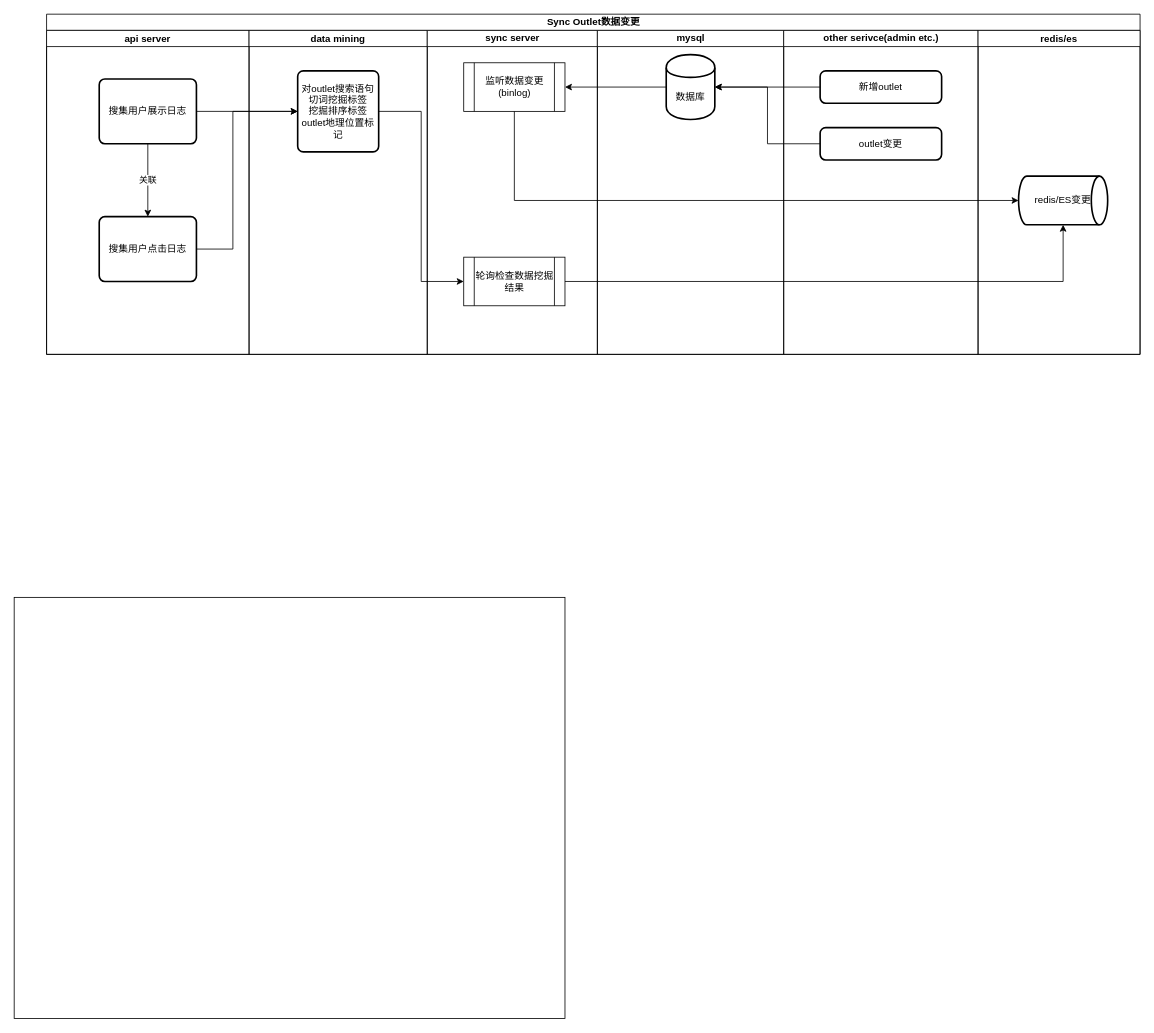
This is Untitled Diagram.drawio from randomradio/cyzhao, a draw.io file, before an edit. Source tidied: cells renumbered, new cells numbered last; positions are measured from the earlier drawing's top-left corner, leaving out a move shared by most shapes. Both pictures are drawn from the tidied source at 81%, with x=0, y=0 at pixel (14, 14).
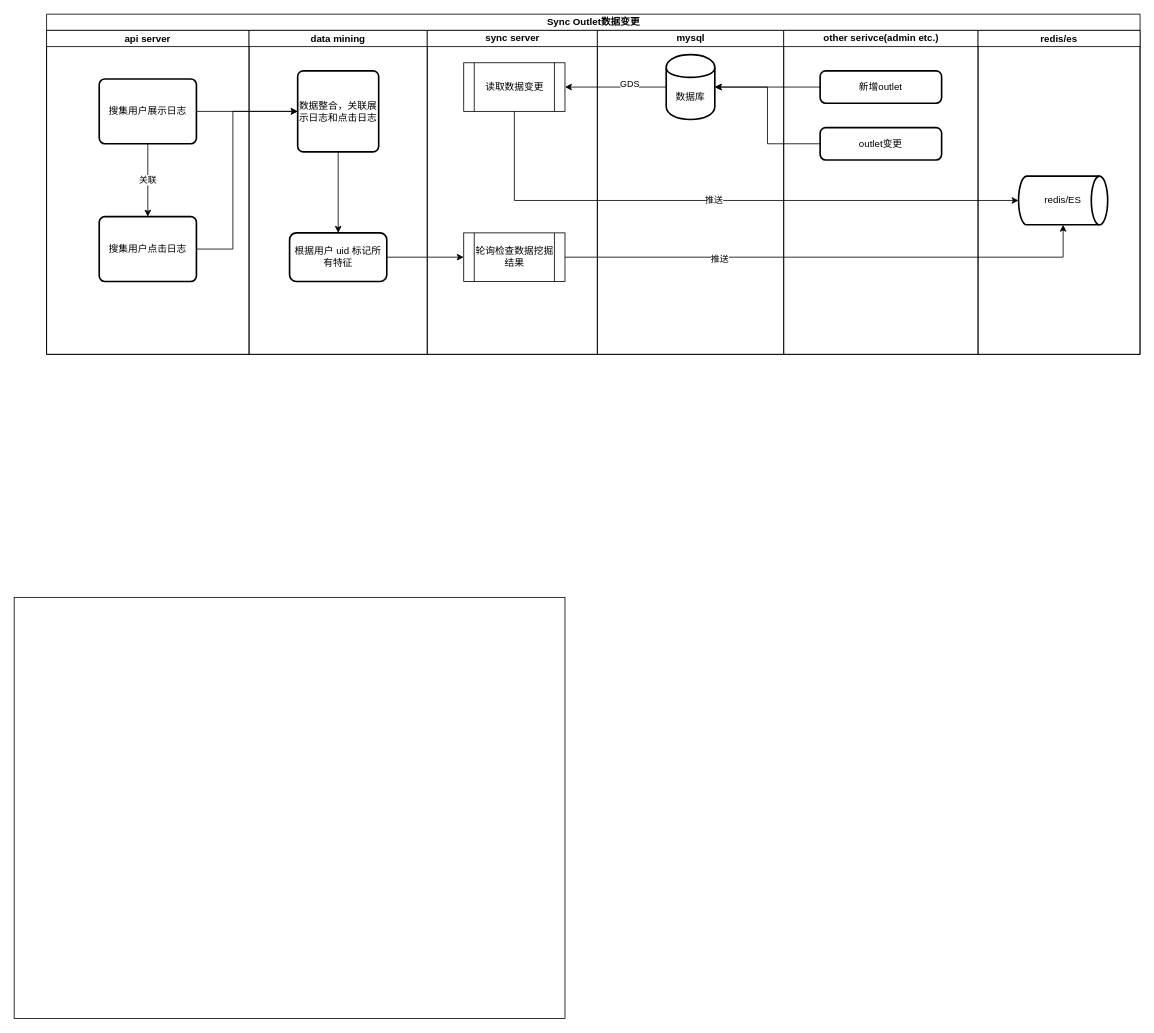
Above is the later version.

Commit message:
update swimlane, add in gds

Unchanged cells that the change refers to:
```xml
<mxCell id="2" value="Sync Outlet数据变更" style="swimlane;html=1;startSize=20;" parent="1" vertex="1">
  <mxGeometry x="40" width="1350" height="420" as="geometry" />
</mxCell>
<mxCell id="7" value="data mining" style="swimlane;startSize=20;" parent="2" vertex="1">
  <mxGeometry x="250" y="20" width="220" height="400" as="geometry" />
</mxCell>
<mxCell id="9" value="sync server" style="swimlane;html=1;startSize=20;" parent="2" vertex="1">
  <mxGeometry x="470" y="20" width="210" height="400" as="geometry" />
</mxCell>
<mxCell id="19" value="redis/es" style="swimlane;startSize=20;" parent="2" vertex="1">
  <mxGeometry x="1150" y="20" width="200" height="400" as="geometry" />
</mxCell>
<mxCell id="21" style="edgeStyle=orthogonalEdgeStyle;rounded=0;jettySize=auto;html=1;" parent="2" edge="1" source="10" target="20">
  <mxGeometry relative="1" as="geometry">
    <Array as="points">
      <mxPoint x="577" y="230" />
    </Array>
  </mxGeometry>
</mxCell>
<mxCell id="22" style="edgeStyle=orthogonalEdgeStyle;rounded=0;jettySize=auto;html=1;entryX=1;entryY=0.5;entryDx=0;entryDy=0;" parent="2" edge="1" source="13" target="10">
  <mxGeometry relative="1" as="geometry" />
</mxCell>
<mxCell id="26" style="edgeStyle=orthogonalEdgeStyle;rounded=0;jettySize=auto;html=1;" parent="2" edge="1" source="11" target="20">
  <mxGeometry relative="1" as="geometry" />
</mxCell>
```

The edit, as a diff of the source:
```diff
@@
+    <mxCell id="28" style="edgeStyle=orthogonalEdgeStyle;rounded=0;jettySize=auto;html=1;" parent="7" edge="1" source="8" target="29">
+      <mxGeometry relative="1" as="geometry" />
+    </mxCell>
-    <mxCell id="8" value="对outlet搜索语句切词挖掘标签&lt;br&gt;挖掘排序标签&lt;br&gt;outlet地理位置标记" style="rounded=1;whiteSpace=wrap;html=1;absoluteArcSize=1;arcSize=14;strokeWidth=2;" parent="7" vertex="1">
+    <mxCell id="8" value="数据整合，关联展示日志和点击日志" style="rounded=1;whiteSpace=wrap;html=1;absoluteArcSize=1;arcSize=14;strokeWidth=2;" parent="7" vertex="1">
       <mxGeometry x="60" y="50" width="100" height="100" as="geometry" />
     </mxCell>
+    <mxCell id="29" value="根据用户 uid 标记所有特征" style="whiteSpace=wrap;html=1;rounded=1;strokeWidth=2;arcSize=14;" parent="7" vertex="1">
+      <mxGeometry x="50" y="250" width="120" height="60" as="geometry" />
+    </mxCell>
@@
+    <mxCell id="11" value="轮询检查数据挖掘结果" style="shape=process;whiteSpace=wrap;html=1;backgroundOutline=1;" parent="9" vertex="1">
+      <mxGeometry x="45" y="250" width="125" height="60" as="geometry" />
+    </mxCell>
-    <mxCell id="10" value="监听数据变更(binlog)" style="shape=process;whiteSpace=wrap;html=1;backgroundOutline=1;" parent="9" vertex="1">
+    <mxCell id="10" value="读取数据变更" style="shape=process;whiteSpace=wrap;html=1;backgroundOutline=1;" parent="9" vertex="1">
       <mxGeometry x="45" y="40" width="125" height="60" as="geometry" />
     </mxCell>
-    <mxCell id="11" value="轮询检查数据挖掘结果" style="shape=process;whiteSpace=wrap;html=1;backgroundOutline=1;" parent="9" vertex="1">
-      <mxGeometry x="45" y="280" width="125" height="60" as="geometry" />
-    </mxCell>
@@
-    <mxCell id="20" value="redis/ES变更" style="strokeWidth=2;html=1;shape=mxgraph.flowchart.direct_data;whiteSpace=wrap;" parent="19" vertex="1">
+    <mxCell id="20" value="redis/ES" style="strokeWidth=2;html=1;shape=mxgraph.flowchart.direct_data;whiteSpace=wrap;" parent="19" vertex="1">
       <mxGeometry x="50" y="180" width="110" height="60" as="geometry" />
     </mxCell>
@@
+    <mxCell id="30" value="推送" style="edgeLabel;html=1;align=center;verticalAlign=middle;" parent="21" vertex="1">
+      <mxGeometry x="-0.03" y="1" relative="1" as="geometry">
+        <mxPoint x="1" as="offset" />
+      </mxGeometry>
+    </mxCell>
@@
+    <mxCell id="31" value="GDS" style="edgeLabel;html=1;align=center;verticalAlign=middle;" parent="22" vertex="1">
+      <mxGeometry x="-0.26" y="-4" relative="1" as="geometry" />
+    </mxCell>
@@
-    <mxCell id="25" style="edgeStyle=orthogonalEdgeStyle;rounded=0;jettySize=auto;html=1;entryX=0;entryY=0.5;entryDx=0;entryDy=0;" parent="2" edge="1" source="8" target="11">
+    <mxCell id="25" style="edgeStyle=orthogonalEdgeStyle;rounded=0;jettySize=auto;html=1;entryX=0;entryY=0.5;entryDx=0;entryDy=0;exitX=1;exitY=0.5;exitDx=0;exitDy=0;" parent="2" edge="1" source="29" target="11">
       <mxGeometry relative="1" as="geometry" />
     </mxCell>
@@
+    <mxCell id="32" value="推送" style="edgeLabel;html=1;align=center;verticalAlign=middle;" parent="26" vertex="1">
+      <mxGeometry x="-0.42" y="-1" relative="1" as="geometry" />
+    </mxCell>
```
